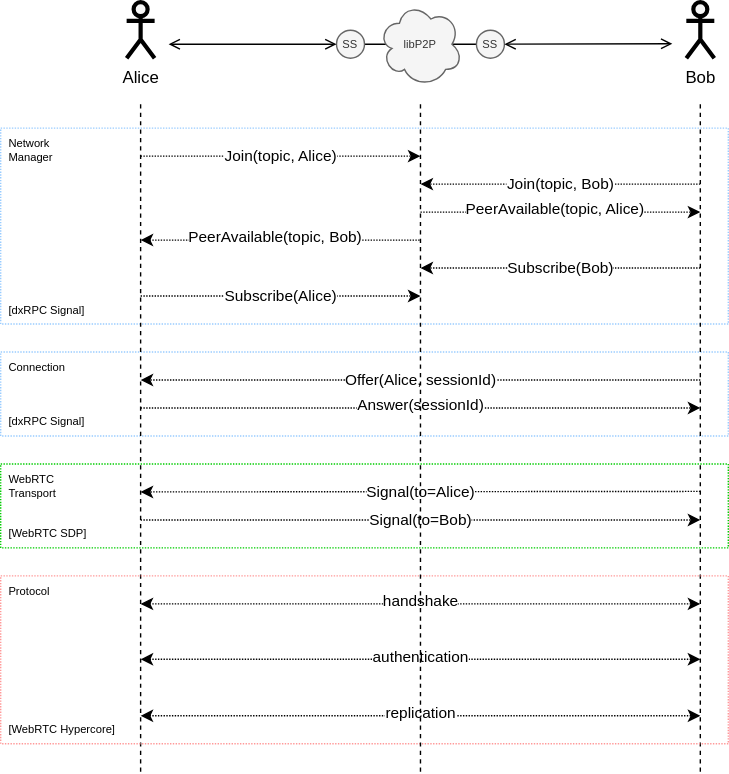
dxos/dxos keeps this draw.io diagram as docs/design/diagrams/mesh-signaling-sequence.drawio.svg. Above is the earlier version. Source tidied: cells renumbered, new cells last; positions are measured from the earlier drawing's top-left corner, leaving out a move shared by most shapes.
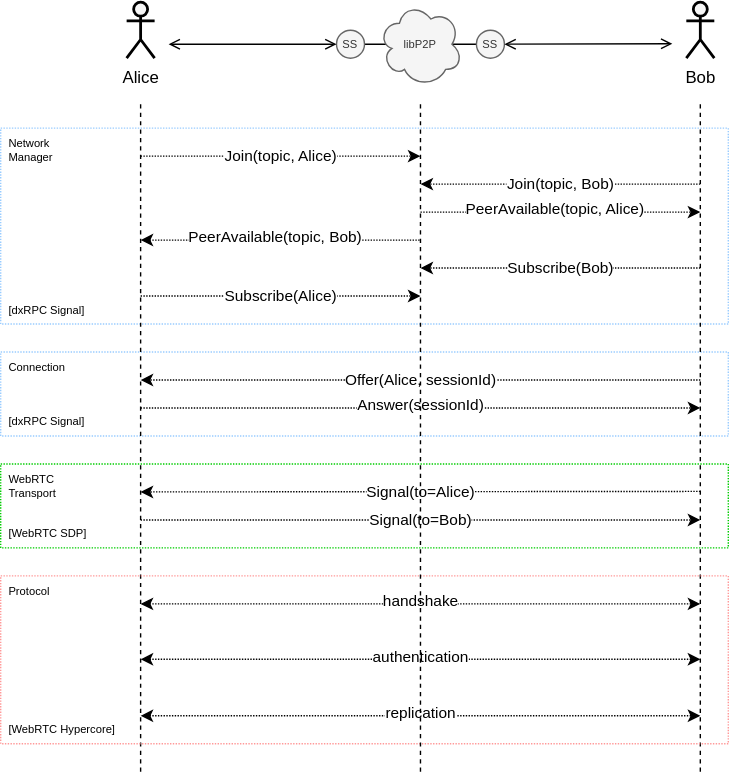
After the commit.

Change to the diagram source:
```diff
@@ -11,10 +11,10 @@
     <mxCell id="4" value="Network&lt;br&gt;Manager" style="rounded=0;whiteSpace=wrap;html=1;fillColor=none;dashed=1;dashPattern=1 1;align=left;verticalAlign=top;fontSize=8;spacingLeft=4;spacingRight=4;strokeColor=#99CCFF;" parent="1" vertex="1">
       <mxGeometry y="90" width="520" height="140" as="geometry" />
     </mxCell>
-    <mxCell id="5" value="Alice" style="shape=umlActor;verticalLabelPosition=bottom;verticalAlign=top;html=1;strokeWidth=3;fillColor=#F7F7F7;" parent="1" vertex="1">
+    <mxCell id="5" value="Alice" style="shape=umlActor;verticalLabelPosition=bottom;verticalAlign=top;html=1;strokeWidth=2;fillColor=#F7F7F7;" parent="1" vertex="1">
       <mxGeometry x="90" width="20" height="40" as="geometry" />
     </mxCell>
-    <mxCell id="6" value="Bob" style="shape=umlActor;verticalLabelPosition=bottom;verticalAlign=top;html=1;strokeWidth=3;fillColor=#F7F7F7;" parent="1" vertex="1">
+    <mxCell id="6" value="Bob" style="shape=umlActor;verticalLabelPosition=bottom;verticalAlign=top;html=1;strokeWidth=2;fillColor=#F7F7F7;" parent="1" vertex="1">
       <mxGeometry x="490" width="20" height="40" as="geometry" />
     </mxCell>
     <mxCell id="7" style="endArrow=none;dashed=1;html=1;rounded=0;strokeWidth=1;" parent="1" edge="1">
```
